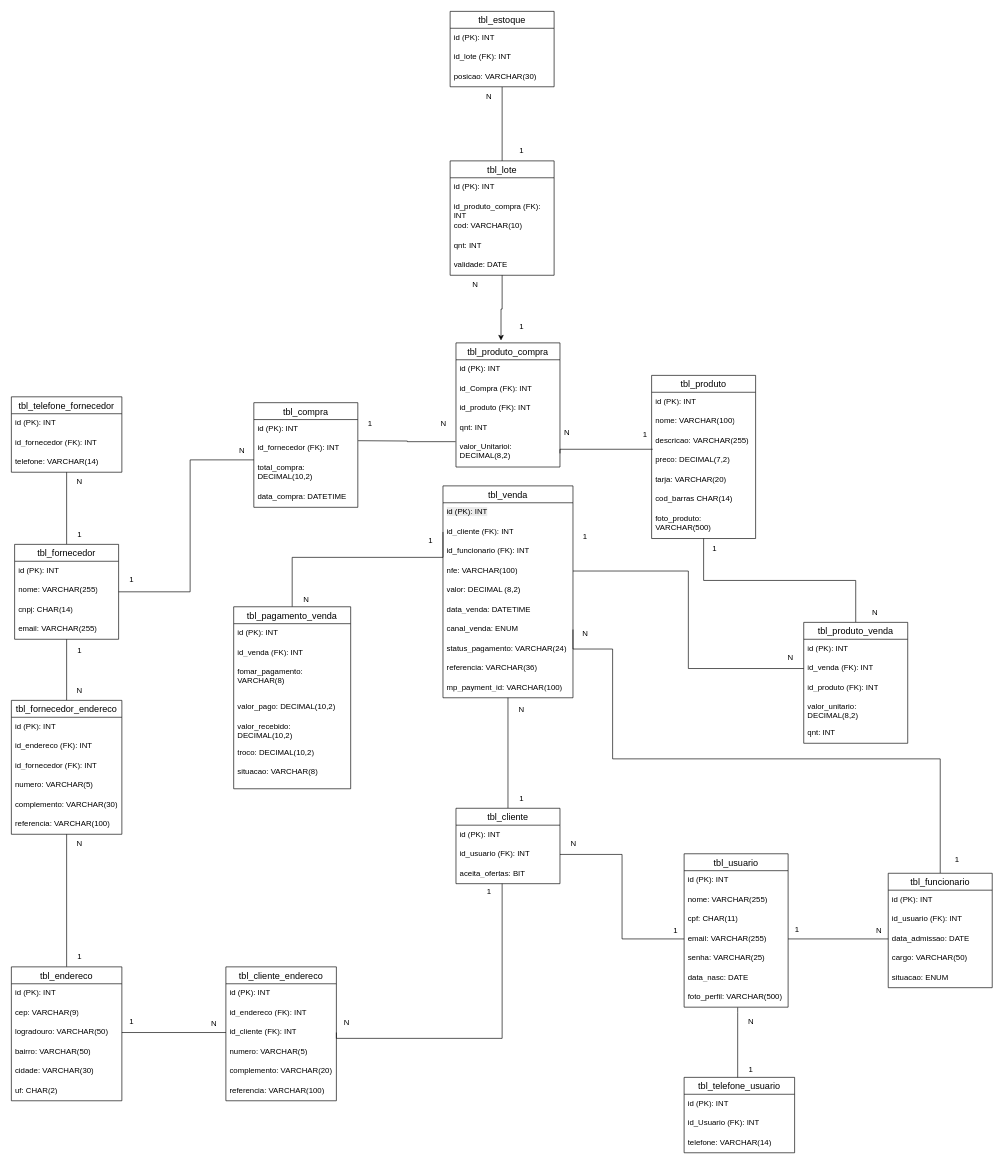
This is Documentacao/DER/PI - DER Sannus Oficial Verdadeiro (03 04 2026) .drawio from OtavioCarmo7/DS-Turma1-PI_SistemaFarmacia, a draw.io file, before an edit. Source tidied: cells renumbered, new cells numbered last; positions are measured from the earlier drawing's top-left corner, leaving out a move shared by most shapes. Both pictures are drawn from the tidied source at 65%, with x=0, y=0 at pixel (11, 11).
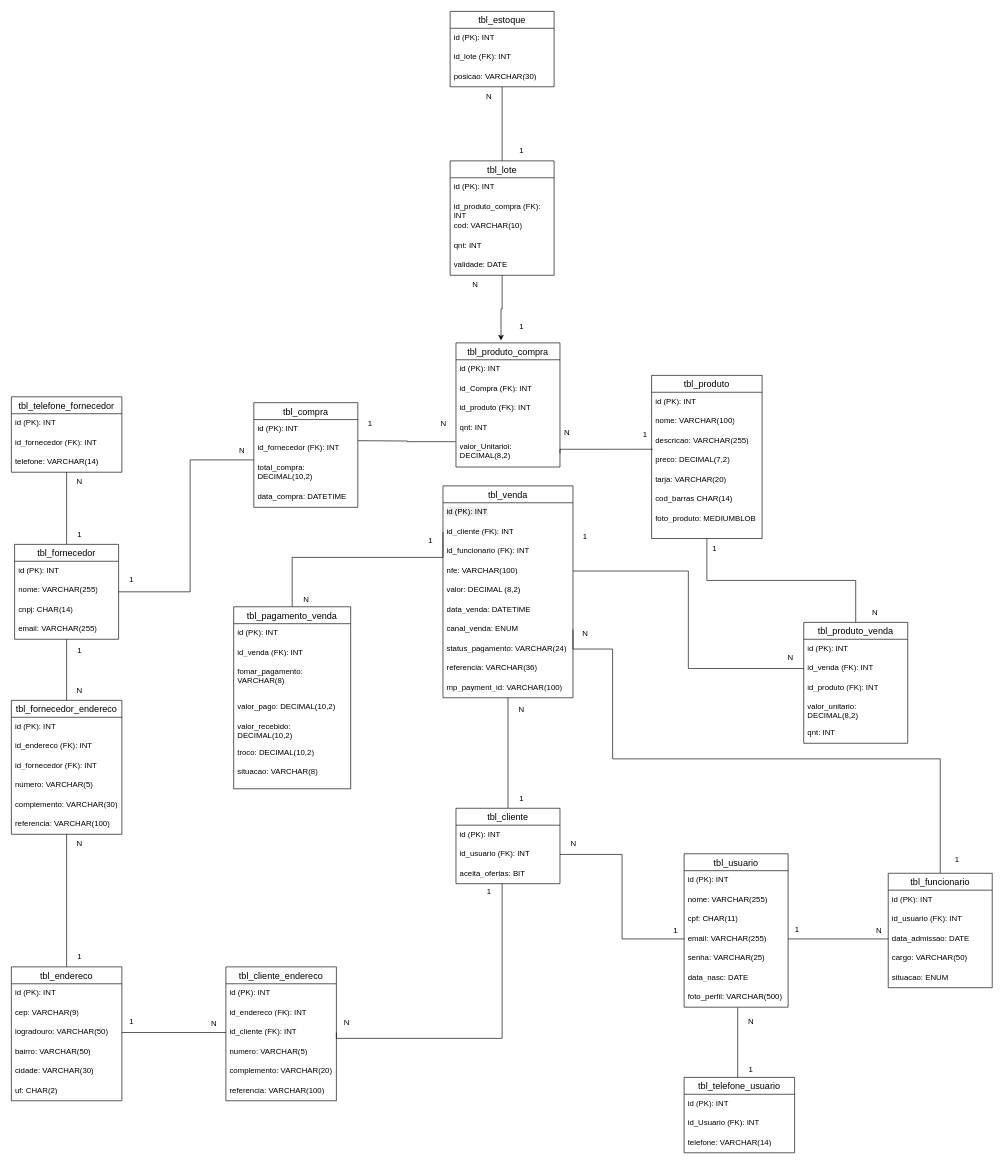
The same diagram, later.

Commit message (it also covers changes not shown here):
enviando alteração da estrutura do DER, adicionando uma variável a mais na tbl_produto, e alterando na documentação final do projeto

What changed in the source:
```diff
@@
     <mxCell id="9" value="tbl_produto" style="swimlane;fontStyle=0;horizontal=1;startSize=26;align=center;fontSize=14;" parent="1" vertex="1">
-      <mxGeometry x="985" y="560" width="160" height="251" as="geometry" />
+      <mxGeometry x="985" y="560" width="170" height="251" as="geometry" />
     </mxCell>
     <mxCell id="10" value="id (PK): INT" style="text;strokeColor=none;fillColor=none;spacingLeft=4;spacingRight=4;overflow=hidden;fontSize=12;whiteSpace=wrap;html=1;" parent="9" vertex="1">
-      <mxGeometry y="26" width="160" height="30" as="geometry" />
+      <mxGeometry y="26" width="170" height="30" as="geometry" />
     </mxCell>
     <mxCell id="11" value="nome: VARCHAR(100)" style="text;strokeColor=none;fillColor=none;spacingLeft=4;spacingRight=4;overflow=hidden;fontSize=12;whiteSpace=wrap;html=1;" parent="9" vertex="1">
-      <mxGeometry y="56" width="160" height="30" as="geometry" />
+      <mxGeometry y="56" width="170" height="30" as="geometry" />
     </mxCell>
     <mxCell id="12" value="descricao: VARCHAR(255)" style="text;strokeColor=none;fillColor=none;spacingLeft=4;spacingRight=4;overflow=hidden;fontSize=12;whiteSpace=wrap;html=1;" parent="9" vertex="1">
-      <mxGeometry y="86" width="160" height="30" as="geometry" />
+      <mxGeometry y="86" width="170" height="30" as="geometry" />
     </mxCell>
     <mxCell id="13" value="preco: DECIMAL(7,2)" style="text;strokeColor=none;fillColor=none;spacingLeft=4;spacingRight=4;overflow=hidden;points=[[0,0.5],[1,0.5]];portConstraint=eastwest;fontSize=12;whiteSpace=wrap;html=1;" parent="9" vertex="1">
-      <mxGeometry y="116" width="160" height="30" as="geometry" />
+      <mxGeometry y="116" width="170" height="30" as="geometry" />
     </mxCell>
     <mxCell id="14" value="tarja: VARCHAR(20)" style="text;strokeColor=none;fillColor=none;spacingLeft=4;spacingRight=4;overflow=hidden;fontSize=12;whiteSpace=wrap;html=1;" parent="9" vertex="1">
-      <mxGeometry y="146" width="160" height="30" as="geometry" />
+      <mxGeometry y="146" width="170" height="30" as="geometry" />
     </mxCell>
     <mxCell id="15" value="cod_barras CHAR(14)" style="text;strokeColor=none;fillColor=none;spacingLeft=4;spacingRight=4;overflow=hidden;fontSize=12;whiteSpace=wrap;html=1;" parent="9" vertex="1">
-      <mxGeometry y="176" width="160" height="30" as="geometry" />
+      <mxGeometry y="176" width="170" height="30" as="geometry" />
     </mxCell>
-    <mxCell id="16" value="foto_produto: VARCHAR(500)" style="text;strokeColor=none;fillColor=none;spacingLeft=4;spacingRight=4;overflow=hidden;fontSize=12;whiteSpace=wrap;html=1;" parent="9" vertex="1">
-      <mxGeometry y="206" width="160" height="45" as="geometry" />
+    <mxCell id="16" value="foto_produto:&amp;nbsp;&lt;span&gt;MEDIUMBLOB&lt;/span&gt;" style="text;strokeColor=none;fillColor=none;spacingLeft=4;spacingRight=4;overflow=hidden;fontSize=12;whiteSpace=wrap;html=1;" parent="9" vertex="1">
+      <mxGeometry y="206" width="170" height="45" as="geometry" />
     </mxCell>
```
